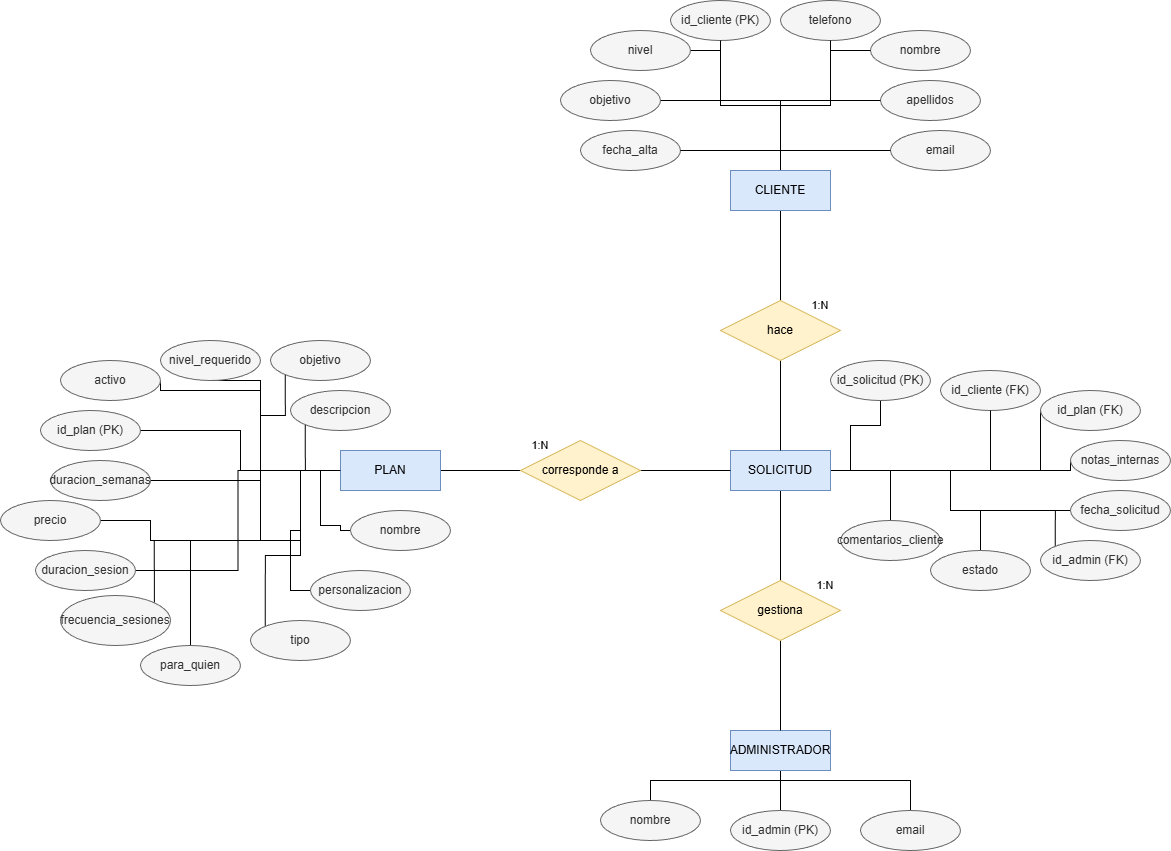
Jbergo/nextrep-training keeps this draw.io diagram as diagrams/modelo_ER.png. Above is the earlier version. Source tidied: cells renumbered, new cells last; positions are measured from the earlier drawing's top-left corner, leaving out a move shared by most shapes.
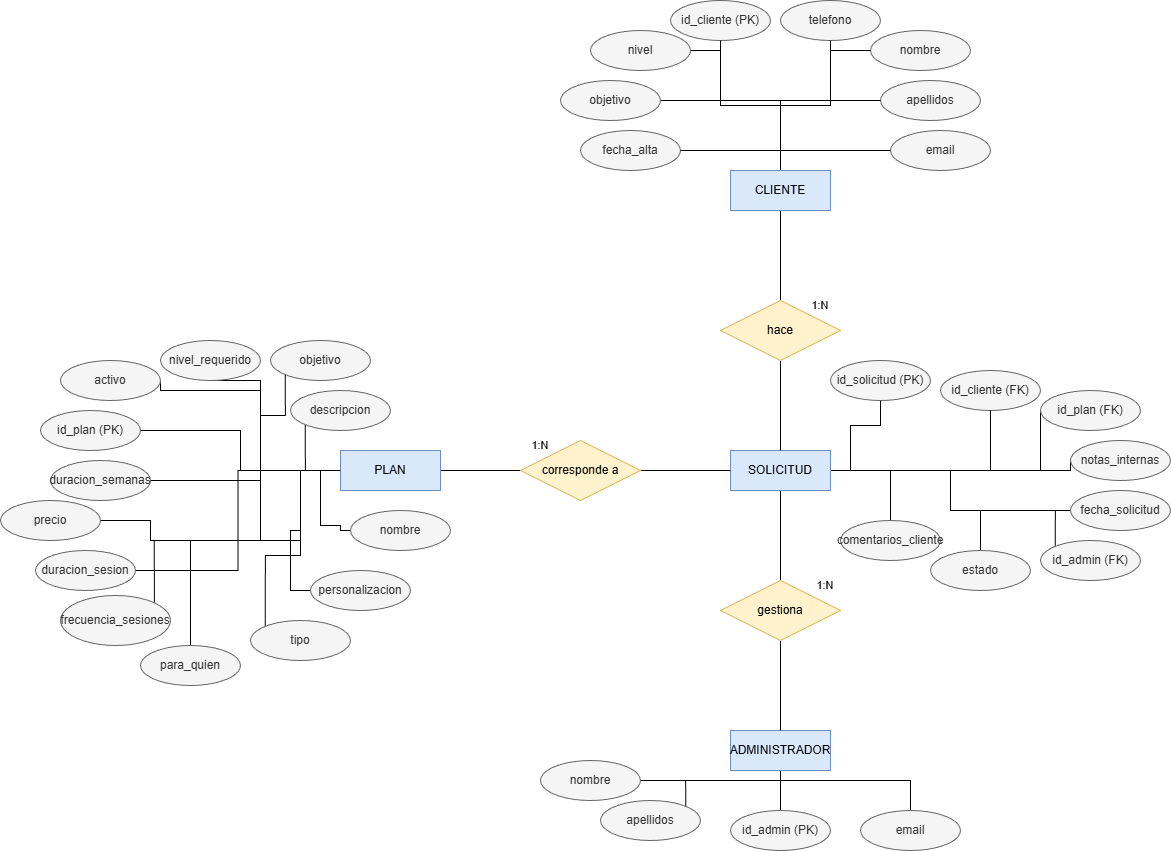
The same diagram one commit later.

The edit, as a diff of the source:
```diff
@@ -86,11 +86,10 @@
     <mxCell id="21" style="edgeStyle=orthogonalEdgeStyle;shape=connector;rounded=0;jettySize=auto;html=1;entryX=0.5;entryY=0;entryDx=0;entryDy=0;strokeColor=default;align=center;verticalAlign=middle;fontFamily=Helvetica;fontSize=11;fontColor=default;labelBackgroundColor=default;endArrow=none;endFill=0;" parent="1" edge="1" source="24" target="60">
       <mxGeometry relative="1" as="geometry" />
     </mxCell>
-    <mxCell id="22" style="edgeStyle=orthogonalEdgeStyle;shape=connector;rounded=0;jettySize=auto;html=1;entryX=0.5;entryY=0;entryDx=0;entryDy=0;strokeColor=default;align=center;verticalAlign=middle;fontFamily=Helvetica;fontSize=11;fontColor=default;labelBackgroundColor=default;endArrow=none;endFill=0;" parent="1" edge="1" source="24" target="77">
+    <mxCell id="22" style="edgeStyle=orthogonalEdgeStyle;shape=connector;rounded=0;jettySize=auto;html=1;entryX=1;entryY=0.5;entryDx=0;entryDy=0;strokeColor=default;align=center;verticalAlign=middle;fontFamily=Helvetica;fontSize=11;fontColor=default;labelBackgroundColor=default;endArrow=none;endFill=0;" parent="1" edge="1" source="24" target="77">
       <mxGeometry relative="1" as="geometry">
         <Array as="points">
           <mxPoint x="780" y="780" />
-          <mxPoint x="650" y="780" />
         </Array>
       </mxGeometry>
     </mxCell>
@@ -102,6 +101,14 @@
         </Array>
       </mxGeometry>
     </mxCell>
+    <mxCell id="82" style="edgeStyle=orthogonalEdgeStyle;rounded=0;jettySize=auto;html=1;entryX=1;entryY=0;entryDx=0;entryDy=0;endArrow=none;endFill=0;" parent="1" edge="1" source="24" target="83">
+      <mxGeometry relative="1" as="geometry">
+        <Array as="points">
+          <mxPoint x="780" y="780" />
+          <mxPoint x="685" y="780" />
+        </Array>
+      </mxGeometry>
+    </mxCell>
     <mxCell id="24" value="ADMINISTRADOR" style="whiteSpace=wrap;html=1;align=center;fillColor=#dae8fc;strokeColor=#6c8ebf;" parent="1" vertex="1">
       <mxGeometry x="730" y="730" width="100" height="40" as="geometry" />
     </mxCell>
@@ -353,7 +360,7 @@
       <mxGeometry x="60" y="360" width="100" height="40" as="geometry" />
     </mxCell>
     <mxCell id="77" value="nombre" style="ellipse;whiteSpace=wrap;html=1;align=center;fillColor=#f5f5f5;fontColor=#333333;strokeColor=#666666;" parent="1" vertex="1">
-      <mxGeometry x="600" y="800" width="100" height="40" as="geometry" />
+      <mxGeometry x="540" y="760" width="100" height="40" as="geometry" />
     </mxCell>
     <mxCell id="78" value="email" style="ellipse;whiteSpace=wrap;html=1;align=center;fillColor=#f5f5f5;fontColor=#333333;strokeColor=#666666;" parent="1" vertex="1">
       <mxGeometry x="860" y="810" width="100" height="40" as="geometry" />
@@ -367,5 +374,8 @@
     <mxCell id="81" value="para_quien" style="ellipse;whiteSpace=wrap;html=1;align=center;fillColor=#f5f5f5;fontColor=#333333;strokeColor=#666666;" parent="1" vertex="1">
       <mxGeometry x="140" y="645" width="100" height="40" as="geometry" />
     </mxCell>
+    <mxCell id="83" value="apellidos" style="ellipse;whiteSpace=wrap;html=1;align=center;fillColor=#f5f5f5;fontColor=#333333;strokeColor=#666666;" parent="1" vertex="1">
+      <mxGeometry x="600" y="800" width="100" height="40" as="geometry" />
+    </mxCell>
   </root>
 </mxGraphModel>
```
